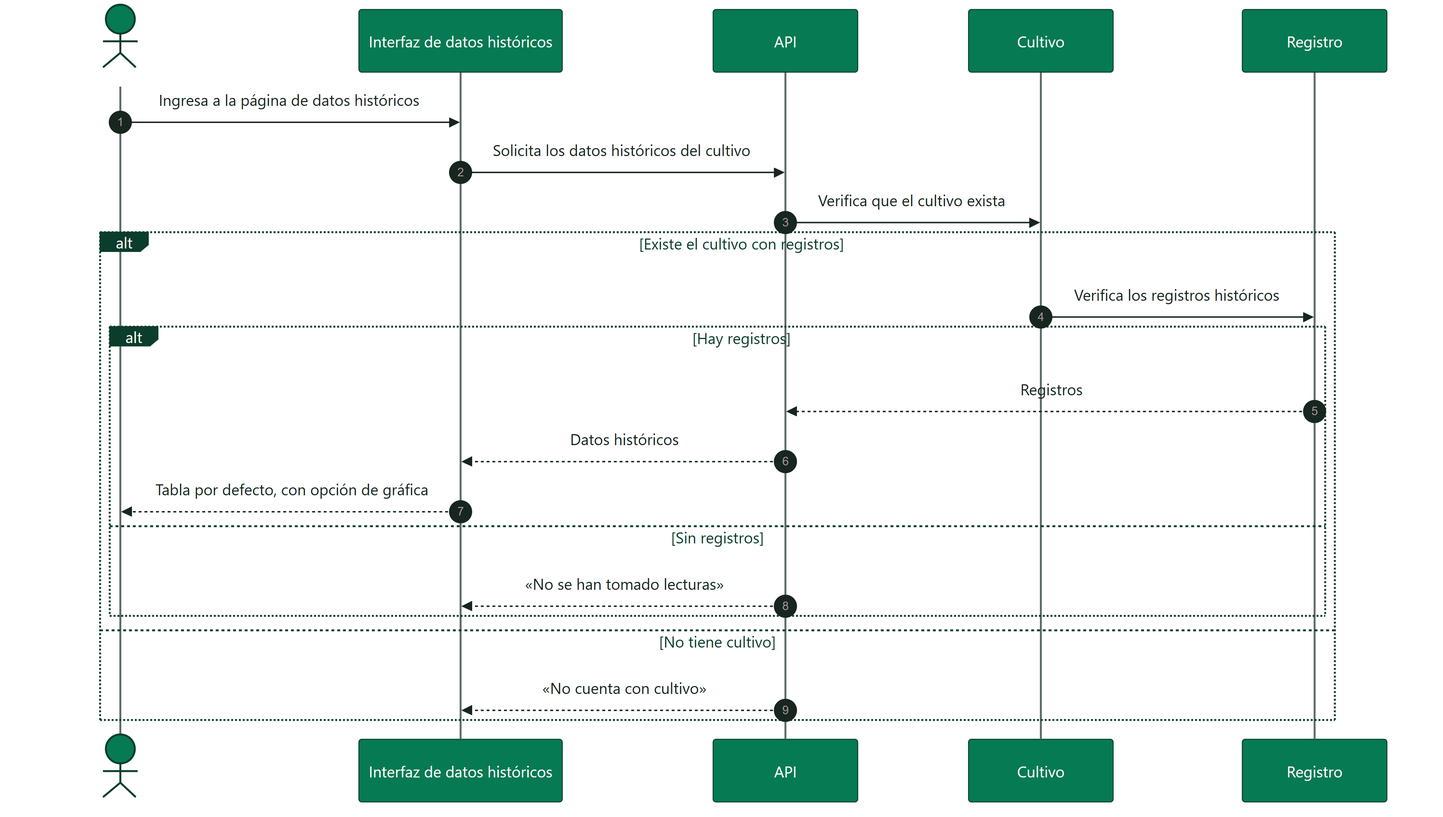
Above: docs/diagrams/SmartPot_30_Original_History_Sequence.png in SmartPotTech/.github (Mermaid), before the change. Its source is kept beside it as docs/diagrams/SmartPot_30_Original_History_Sequence.mmd.
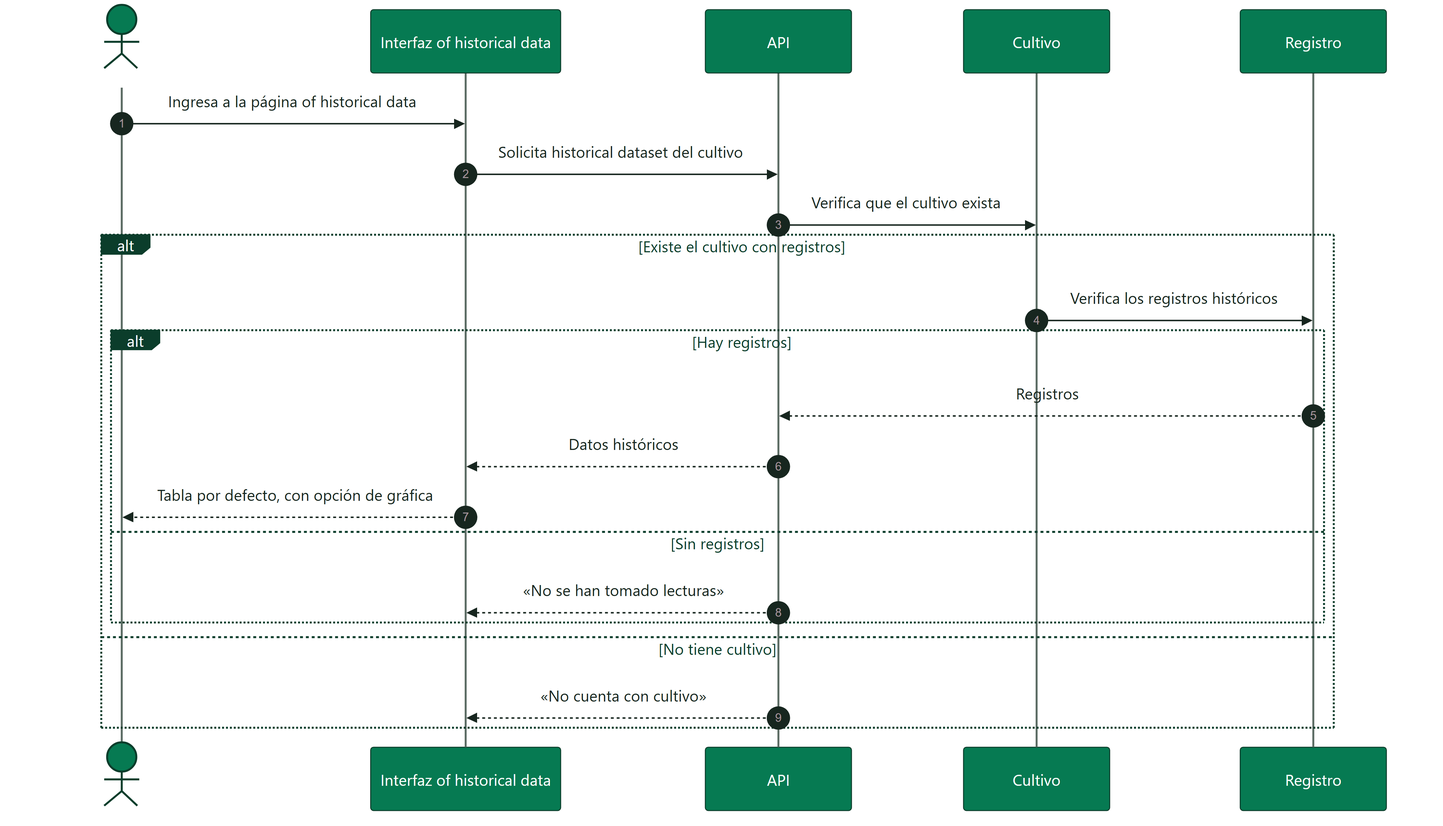
The same diagram one commit later.

Diff of the diagram source:
```diff
@@ -2,12 +2,12 @@
 sequenceDiagram
   autonumber
   actor U as Usuario
-  participant I as Interfaz de datos históricos
+  participant I as Interfaz of historical data
   participant A as API
   participant C as Cultivo
   participant R as Registro
-  U->>I: Ingresa a la página de datos históricos
-  I->>A: Solicita los datos históricos del cultivo
+  U->>I: Ingresa a la página of historical data
+  I->>A: Solicita historical dataset del cultivo
   A->>C: Verifica que el cultivo exista
   alt Existe el cultivo con registros
     C->>R: Verifica los registros históricos
```
